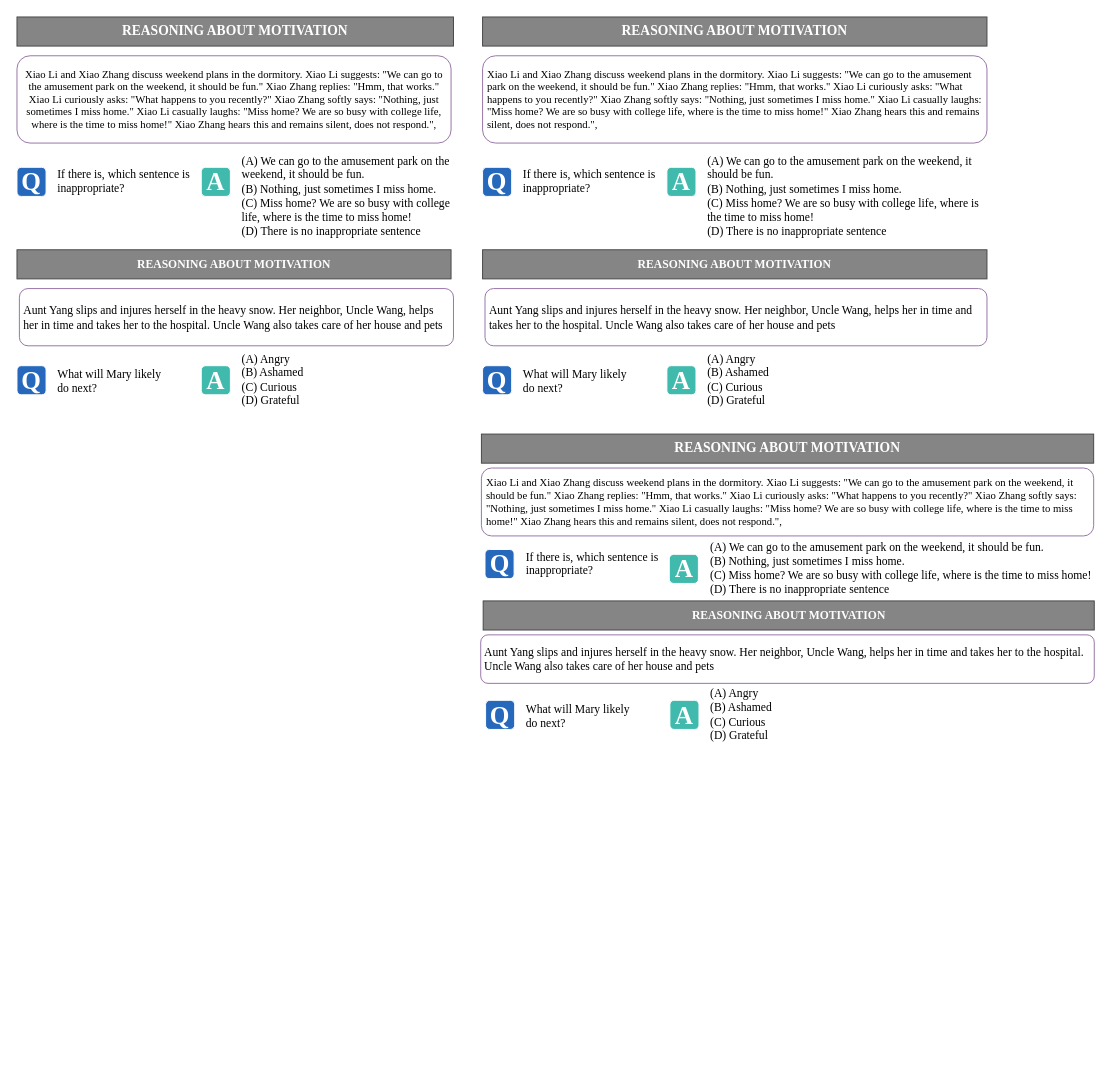
The draw.io diagram page "第 4 页" (4 of 6) of NAACL25.drawio in cdhx/img_store, before the edit. Source tidied: cells renumbered, new cells numbered last; positions are measured from the earlier drawing's top-left corner, leaving out a move shared by most shapes. Both pictures are drawn from the tidied source at 97%, with x=0, y=0 at pixel (16, 16).
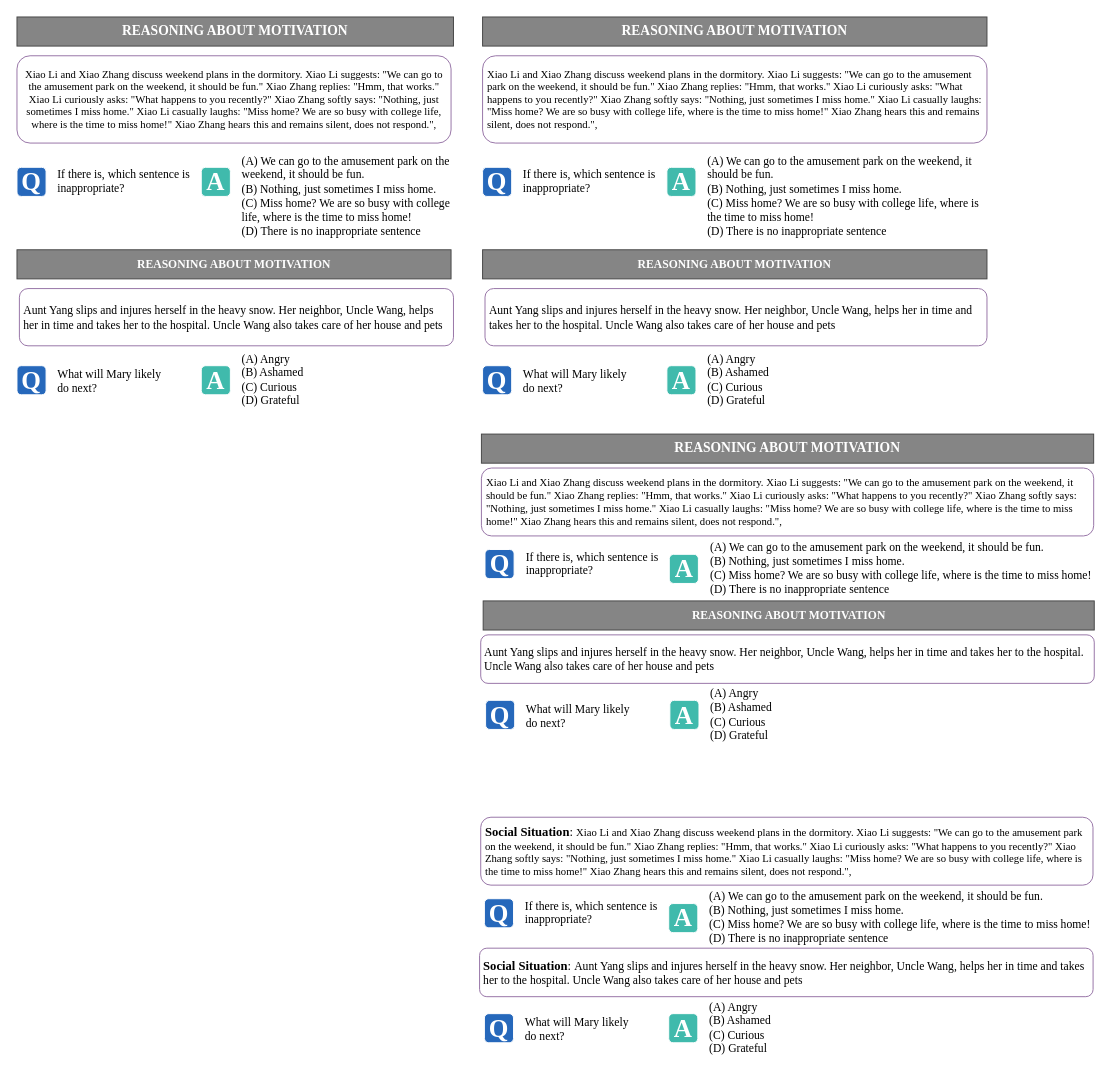
The same page after the edit.

Diff of the diagram source:
```diff
@@
+    <mxCell id="38" value="&lt;font&gt;&lt;font style=&quot;font-size: 13px;&quot;&gt;&lt;b style=&quot;&quot;&gt;Social Situation&lt;/b&gt;: &lt;/font&gt;Xiao Li and Xiao Zhang discuss weekend plans in the dormitory. Xiao Li suggests: &quot;We can go to the amusement park on the weekend, it should be fun.&quot; Xiao Zhang replies: &quot;Hmm, that works.&quot; Xiao Li curiously asks: &quot;What happens to you recently?&quot; Xiao Zhang softly says: &quot;Nothing, just sometimes I miss home.&quot; Xiao Li casually laughs: &quot;Miss home? We are so busy with college life, where is the time to miss home!&quot; Xiao Zhang hears this and remains silent, does not respond.&quot;,&lt;/font&gt;" style="rounded=1;whiteSpace=wrap;html=1;fillColor=#FFFFFF;strokeColor=#9673a6;fontFamily=Times New Roman;spacing=5;fontSize=11;align=left;" parent="1" vertex="1">
+      <mxGeometry x="478.1" y="825" width="631.2" height="70" as="geometry" />
+    </mxCell>
+    <mxCell id="39" value="If there is, which sentence is inappropriate?" style="text;whiteSpace=wrap;fontFamily=Times New Roman;" parent="1" vertex="1">
+      <mxGeometry x="521.9" y="903" width="142" height="36" as="geometry" />
+    </mxCell>
+    <mxCell id="40" value="&lt;b&gt;&lt;font style=&quot;font-size: 26px; color: rgb(255, 255, 255);&quot;&gt;Q&lt;/font&gt;&lt;/b&gt;" style="rounded=1;whiteSpace=wrap;html=1;fillColor=light-dark(#2668bb, #5e9edf);strokeColor=#FFFFFF;fontFamily=Times New Roman;" parent="1" vertex="1">
+      <mxGeometry x="481.9" y="909" width="30" height="30" as="geometry" />
+    </mxCell>
+    <mxCell id="41" value="&lt;font color=&quot;#ffffff&quot;&gt;&lt;span style=&quot;font-size: 26px;&quot;&gt;&lt;b&gt;A&lt;/b&gt;&lt;/span&gt;&lt;/font&gt;" style="rounded=1;whiteSpace=wrap;html=1;fillColor=light-dark(#40baac, #378467);strokeColor=#FFFFFF;fontFamily=Times New Roman;" parent="1" vertex="1">
+      <mxGeometry x="671.9" y="914" width="30" height="30" as="geometry" />
+    </mxCell>
+    <mxCell id="42" value="&lt;div&gt;(A) We can go to the amusement park on the weekend, it should be fun.&lt;/div&gt;&lt;div&gt;(B) Nothing, just sometimes I miss home.&lt;/div&gt;&lt;div&gt;(C) Miss home? We are so busy with college life, where is the time to miss home!&lt;/div&gt;&lt;div&gt;(D) There is no inappropriate sentence&lt;/div&gt;" style="text;whiteSpace=wrap;html=1;fontFamily=Times New Roman;fontSize=12;" parent="1" vertex="1">
+      <mxGeometry x="711.9" y="893" width="397.5" height="100" as="geometry" />
+    </mxCell>
+    <mxCell id="43" value="&lt;div style=&quot;text-align: left;&quot;&gt;&lt;font style=&quot;font-size: 13px;&quot;&gt;&lt;b style=&quot;background-color: transparent; color: light-dark(rgb(0, 0, 0), rgb(255, 255, 255));&quot;&gt;Social Situation&lt;/b&gt;&lt;span style=&quot;background-color: transparent; color: light-dark(rgb(0, 0, 0), rgb(255, 255, 255));&quot;&gt;:&amp;nbsp;&lt;/span&gt;&lt;/font&gt;&lt;span style=&quot;background-color: transparent;&quot;&gt;Aunt Yang slips and injures herself in the heavy snow. Her neighbor, Uncle Wang, helps her in time and takes her to the hospital. Uncle Wang also takes care of her house and pets&lt;/span&gt;&lt;/div&gt;" style="rounded=1;whiteSpace=wrap;html=1;fillColor=#FFFFFF;strokeColor=#9673a6;fontFamily=Times New Roman;spacing=5;" parent="1" vertex="1">
+      <mxGeometry x="476.9" y="960" width="632.5" height="50" as="geometry" />
+    </mxCell>
+    <mxCell id="44" value="What will Mary likely do next?" style="text;whiteSpace=wrap;fontFamily=Times New Roman;" parent="1" vertex="1">
+      <mxGeometry x="521.9" y="1022.5" width="120" height="40" as="geometry" />
+    </mxCell>
+    <mxCell id="45" value="&lt;b&gt;&lt;font style=&quot;font-size: 26px; color: rgb(255, 255, 255);&quot;&gt;Q&lt;/font&gt;&lt;/b&gt;" style="rounded=1;whiteSpace=wrap;html=1;fillColor=light-dark(#2668bb, #5e9edf);strokeColor=#FFFFFF;fontFamily=Times New Roman;" parent="1" vertex="1">
+      <mxGeometry x="481.9" y="1027.5" width="30" height="30" as="geometry" />
+    </mxCell>
+    <mxCell id="46" value="&lt;font color=&quot;#ffffff&quot;&gt;&lt;span style=&quot;font-size: 26px;&quot;&gt;&lt;b&gt;A&lt;/b&gt;&lt;/span&gt;&lt;/font&gt;" style="rounded=1;whiteSpace=wrap;html=1;fillColor=light-dark(#40baac, #378467);strokeColor=#FFFFFF;fontFamily=Times New Roman;" parent="1" vertex="1">
+      <mxGeometry x="671.9" y="1027.5" width="30" height="30" as="geometry" />
+    </mxCell>
+    <mxCell id="47" value="&lt;div&gt;(A) Angry&lt;/div&gt;&lt;div&gt;(B) Ashamed&lt;/div&gt;&lt;div&gt;(C) Curious&lt;/div&gt;&lt;div&gt;(D) Grateful&lt;/div&gt;" style="text;whiteSpace=wrap;html=1;fontFamily=Times New Roman;" parent="1" vertex="1">
+      <mxGeometry x="711.9" y="1007" width="190" height="71" as="geometry" />
+    </mxCell>
```
